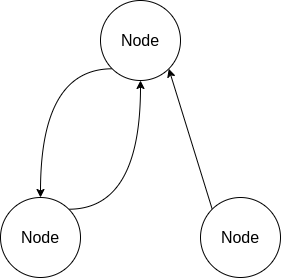
Above: assets/NodeInteraction.png in Woolfrey/tutorial_ros2 (draw.io), before the change. Source tidied: cells renumbered, new cells last; positions are measured from the earlier drawing's top-left corner, leaving out a move shared by most shapes. Source of this version:
```xml
<mxGraphModel>
  <root>
    <mxCell id="0" />
    <mxCell id="1" parent="0" />
    <mxCell id="2" style="edgeStyle=orthogonalEdgeStyle;rounded=0;jettySize=auto;html=1;exitX=0;exitY=1;exitDx=0;exitDy=0;curved=1;" parent="1" edge="1" source="3" target="5">
      <mxGeometry relative="1" as="geometry" />
    </mxCell>
    <mxCell id="3" value="Node" style="ellipse;whiteSpace=wrap;html=1;fontSize=16;" parent="1" vertex="1">
      <mxGeometry x="100" width="80" height="80" as="geometry" />
    </mxCell>
    <mxCell id="4" style="edgeStyle=orthogonalEdgeStyle;rounded=0;jettySize=auto;html=1;exitX=1;exitY=0;exitDx=0;exitDy=0;entryX=0.5;entryY=1;entryDx=0;entryDy=0;curved=1;" parent="1" edge="1" source="5" target="3">
      <mxGeometry relative="1" as="geometry" />
    </mxCell>
    <mxCell id="5" value="Node" style="ellipse;whiteSpace=wrap;html=1;fontSize=16;" parent="1" vertex="1">
      <mxGeometry y="197" width="80" height="80" as="geometry" />
    </mxCell>
    <mxCell id="6" style="rounded=0;jettySize=auto;html=1;exitX=0;exitY=0;exitDx=0;exitDy=0;entryX=1;entryY=1;entryDx=0;entryDy=0;" parent="1" edge="1" source="7" target="3">
      <mxGeometry relative="1" as="geometry" />
    </mxCell>
    <mxCell id="7" value="Node" style="ellipse;whiteSpace=wrap;html=1;fontSize=16;" parent="1" vertex="1">
      <mxGeometry x="200" y="197" width="80" height="80" as="geometry" />
    </mxCell>
  </root>
</mxGraphModel>
```
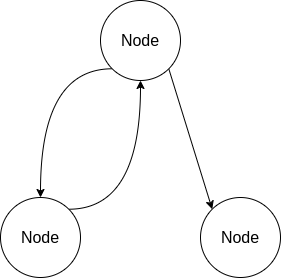
The same file after the commit.

Commit message:
Changed arrow direction

What changed in the source:
```diff
@@ -5,6 +5,9 @@
     <mxCell id="2" style="edgeStyle=orthogonalEdgeStyle;rounded=0;jettySize=auto;html=1;exitX=0;exitY=1;exitDx=0;exitDy=0;curved=1;" parent="1" edge="1" source="3" target="5">
       <mxGeometry relative="1" as="geometry" />
     </mxCell>
+    <mxCell id="8" style="rounded=0;jettySize=auto;html=1;exitX=1;exitY=1;exitDx=0;exitDy=0;entryX=0;entryY=0;entryDx=0;entryDy=0;" parent="1" edge="1" source="3" target="7">
+      <mxGeometry relative="1" as="geometry" />
+    </mxCell>
     <mxCell id="3" value="Node" style="ellipse;whiteSpace=wrap;html=1;fontSize=16;" parent="1" vertex="1">
       <mxGeometry x="100" width="80" height="80" as="geometry" />
     </mxCell>
@@ -14,9 +17,6 @@
     <mxCell id="5" value="Node" style="ellipse;whiteSpace=wrap;html=1;fontSize=16;" parent="1" vertex="1">
       <mxGeometry y="197" width="80" height="80" as="geometry" />
     </mxCell>
-    <mxCell id="6" style="rounded=0;jettySize=auto;html=1;exitX=0;exitY=0;exitDx=0;exitDy=0;entryX=1;entryY=1;entryDx=0;entryDy=0;" parent="1" edge="1" source="7" target="3">
-      <mxGeometry relative="1" as="geometry" />
-    </mxCell>
     <mxCell id="7" value="Node" style="ellipse;whiteSpace=wrap;html=1;fontSize=16;" parent="1" vertex="1">
       <mxGeometry x="200" y="197" width="80" height="80" as="geometry" />
     </mxCell>
```
